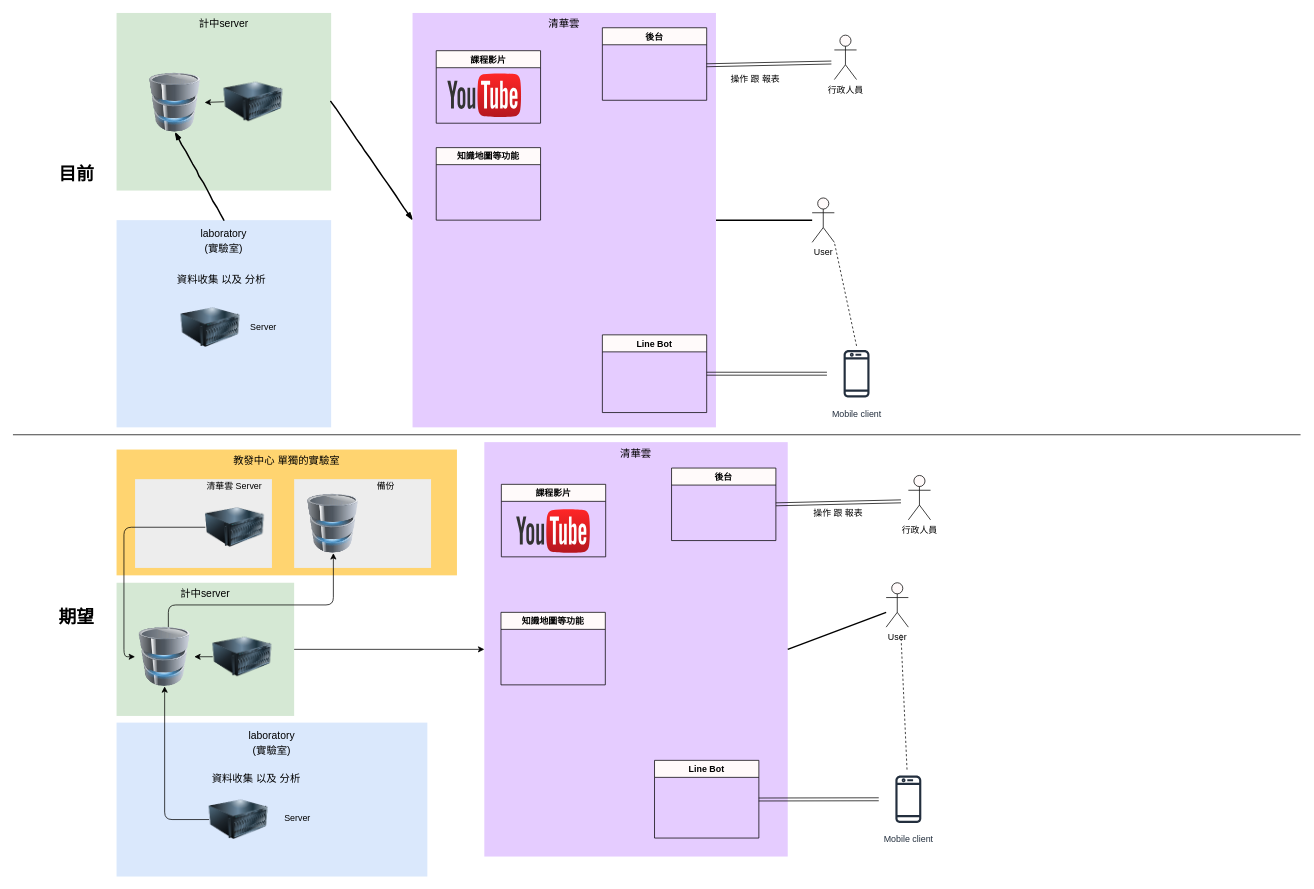
This is NTHU.drawio from bloodangle/fisrt, a draw.io file, before an edit. Source tidied: cells renumbered, new cells numbered last; positions are measured from the earlier drawing's top-left corner, leaving out a move shared by most shapes. Both pictures are drawn from the tidied source at 74%, with x=0, y=0 at pixel (13, 13).
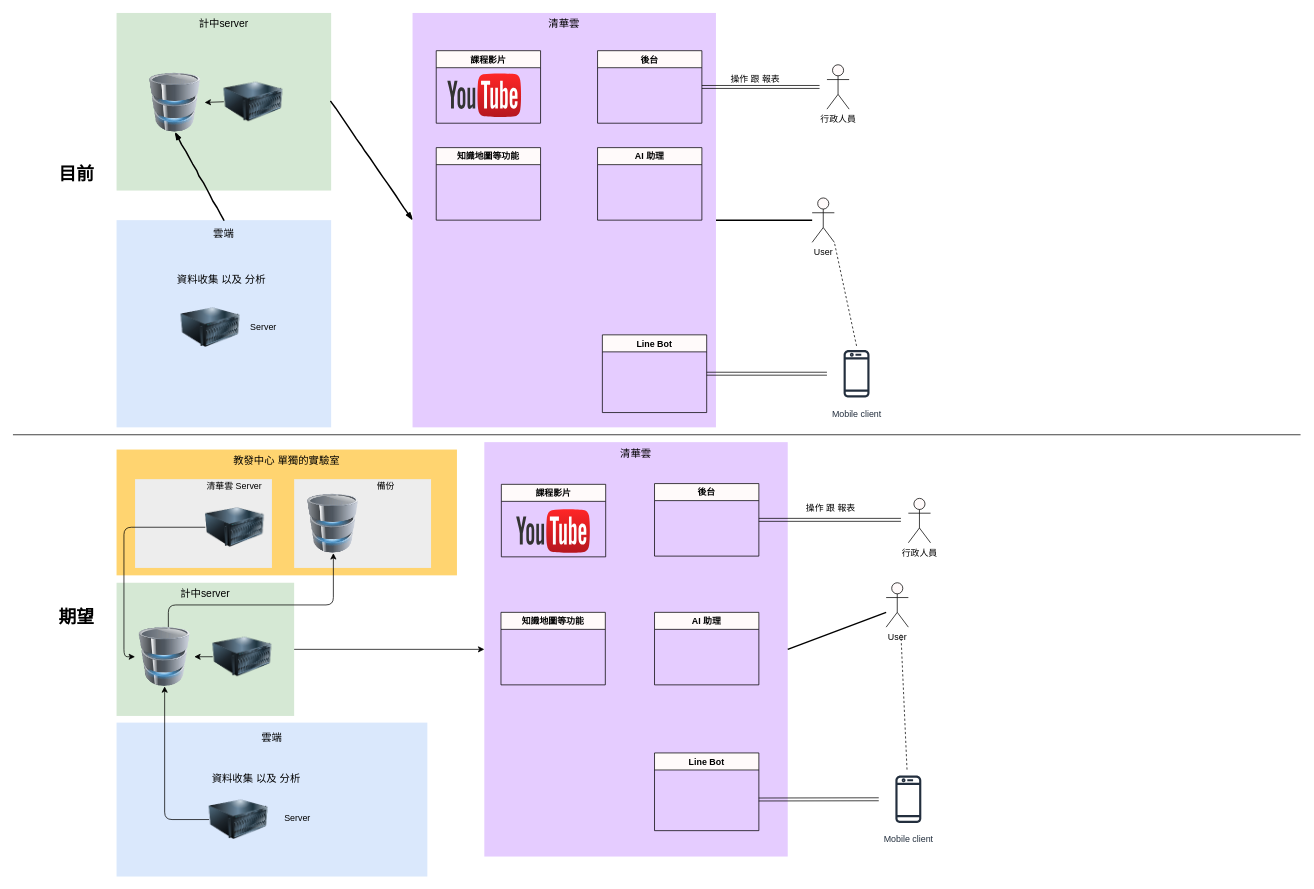
After the change.

What changed in the source:
```diff
@@
-    <mxCell id="9" value="&lt;table&gt;&lt;tbody&gt;&lt;tr&gt;&lt;td&gt;&lt;div&gt;&lt;span&gt;&lt;span&gt;laboratory&lt;/span&gt;&lt;/span&gt;&lt;/div&gt;&lt;/td&gt;&lt;/tr&gt;&lt;/tbody&gt;&lt;/table&gt;(實驗室)" style="whiteSpace=wrap;html=1;fillColor=#dae8fc;fontSize=14;strokeColor=none;verticalAlign=top;" parent="1" vertex="1">
+    <mxCell id="9" value="&lt;table&gt;&lt;tbody&gt;&lt;tr&gt;&lt;td&gt;&lt;div&gt;&lt;span&gt;&lt;span&gt;雲端&lt;/span&gt;&lt;/span&gt;&lt;/div&gt;&lt;/td&gt;&lt;/tr&gt;&lt;/tbody&gt;&lt;/table&gt;" style="whiteSpace=wrap;html=1;fillColor=#dae8fc;fontSize=14;strokeColor=none;verticalAlign=top;" parent="1" vertex="1">
       <mxGeometry x="140" y="280" width="290" height="280" as="geometry" />
     </mxCell>
@@
     <mxCell id="42" value="Line Bot" style="swimlane;fillColor=#FFFAFA;" parent="1" vertex="1">
-      <mxGeometry x="867" y="1010" width="141" height="105" as="geometry" />
+      <mxGeometry x="867" y="1000" width="141" height="105" as="geometry" />
     </mxCell>
@@
-    <mxCell id="48" value="&lt;table&gt;&lt;tbody&gt;&lt;tr&gt;&lt;td&gt;&lt;div&gt;&lt;span&gt;&lt;span&gt;laboratory&lt;/span&gt;&lt;/span&gt;&lt;/div&gt;&lt;/td&gt;&lt;/tr&gt;&lt;/tbody&gt;&lt;/table&gt;(實驗室)" style="whiteSpace=wrap;html=1;fillColor=#dae8fc;fontSize=14;strokeColor=none;verticalAlign=top;" parent="1" vertex="1">
+    <mxCell id="48" value="&lt;table&gt;&lt;tbody&gt;&lt;tr&gt;&lt;td&gt;&lt;div&gt;&lt;/div&gt;&lt;/td&gt;&lt;/tr&gt;&lt;/tbody&gt;&lt;/table&gt;雲端" style="whiteSpace=wrap;html=1;fillColor=#dae8fc;fontSize=14;strokeColor=none;verticalAlign=top;" parent="1" vertex="1">
       <mxGeometry x="140" y="959" width="420" height="208" as="geometry" />
     </mxCell>
@@
     <mxCell id="54" value="行政人員" style="shape=umlActor;verticalLabelPosition=bottom;labelBackgroundColor=#ffffff;verticalAlign=top;html=1;fillColor=#FFFAFA;" parent="1" vertex="1">
-      <mxGeometry x="1210" y="625" width="30" height="60" as="geometry" />
+      <mxGeometry x="1210" y="656" width="30" height="60" as="geometry" />
     </mxCell>
     <mxCell id="55" value="後台" style="swimlane;fillColor=#FFFAFA;" parent="1" vertex="1">
-      <mxGeometry x="890" y="615" width="141" height="98" as="geometry" />
+      <mxGeometry x="867" y="636" width="141" height="98" as="geometry" />
     </mxCell>
     <mxCell id="56" style="shape=link;html=1;entryX=1;entryY=0.5;entryDx=0;entryDy=0;" parent="1" edge="1" target="55">
       <mxGeometry relative="1" as="geometry">
-        <mxPoint x="1200" y="660" as="sourcePoint" />
+        <mxPoint x="1200" y="685" as="sourcePoint" />
       </mxGeometry>
     </mxCell>
     <mxCell id="57" value="操作 跟 報表" style="text;html=1;align=left;verticalAlign=top;spacingTop=-4;" parent="1" vertex="1">
-      <mxGeometry x="1080" y="666" width="80" height="20" as="geometry" />
+      <mxGeometry x="1070" y="660" width="80" height="20" as="geometry" />
     </mxCell>
     <mxCell id="58" value="後台" style="swimlane;fillColor=#FFFAFA;" parent="1" vertex="1">
-      <mxGeometry x="796.5" y="20" width="141" height="98" as="geometry" />
+      <mxGeometry x="790" y="51" width="141" height="98" as="geometry" />
     </mxCell>
-    <mxCell id="59" style="shape=link;html=1;entryX=1;entryY=0.5;entryDx=0;entryDy=0;" parent="1" edge="1">
+    <mxCell id="59" style="shape=link;html=1;entryX=1;entryY=0.5;entryDx=0;entryDy=0;" parent="1" edge="1" target="58">
       <mxGeometry relative="1" as="geometry">
-        <mxPoint x="1106" y="67" as="sourcePoint" />
-        <mxPoint x="937.3" y="70.7" as="targetPoint" />
+        <mxPoint x="1090" y="100" as="sourcePoint" />
       </mxGeometry>
     </mxCell>
     <mxCell id="60" value="行政人員" style="shape=umlActor;verticalLabelPosition=bottom;labelBackgroundColor=#ffffff;verticalAlign=top;html=1;fillColor=#FFFAFA;" parent="1" vertex="1">
-      <mxGeometry x="1110" y="30" width="30" height="60" as="geometry" />
+      <mxGeometry x="1100" y="70" width="30" height="60" as="geometry" />
     </mxCell>
@@
+    <mxCell id="62" value="AI 助理" style="swimlane;fillColor=#FFFAFA;" parent="1" vertex="1">
+      <mxGeometry x="867" y="810" width="141" height="98" as="geometry" />
+    </mxCell>
+    <mxCell id="63" value="AI 助理" style="swimlane;fillColor=#FFFAFA;" parent="1" vertex="1">
+      <mxGeometry x="790" y="182" width="141" height="98" as="geometry" />
+    </mxCell>
```
